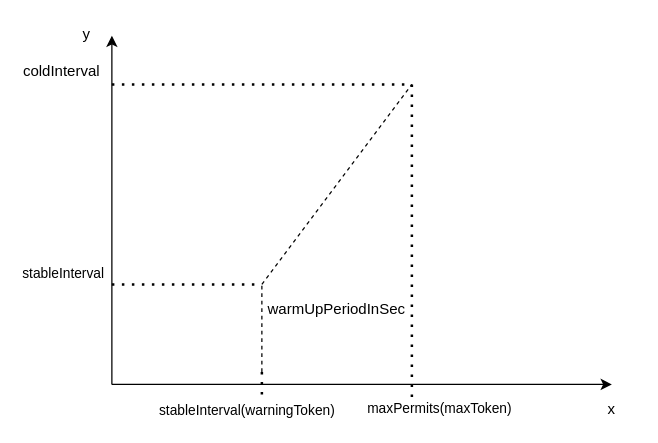
yongliangcode/diagram keeps this draw.io diagram as 令牌桶原理坐标.drawio. Above is the earlier version. Source tidied: cells renumbered, new cells numbered last; positions are measured from the earlier drawing's top-left corner, leaving out a move shared by most shapes. Both pictures are drawn from the tidied source at 125%, with x=0, y=0 at pixel (36, 21).
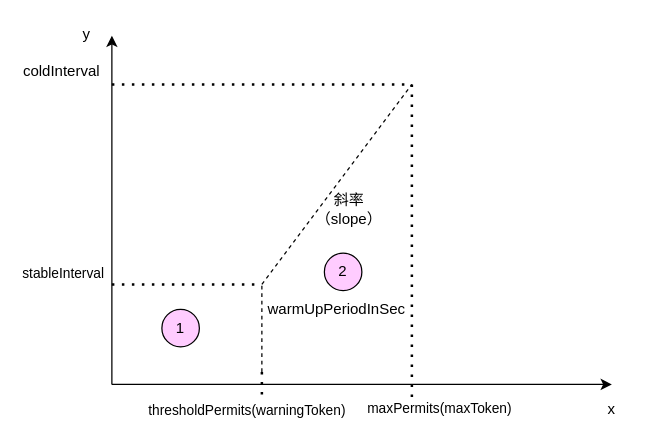
Above is the later version.

Commit message:
Update 令牌桶原理坐标.drawio

What changed in the source:
```diff
@@
-    <mxCell id="9" value="stableInterval(warningToken)" style="edgeLabel;html=1;align=center;verticalAlign=middle;" parent="1" vertex="1">
+    <mxCell id="9" value="thresholdPermits(warningToken)" style="edgeLabel;html=1;align=center;verticalAlign=middle;" parent="1" vertex="1">
       <mxGeometry x="20" y="220" as="geometry">
         <mxPoint x="147" y="90" as="offset" />
       </mxGeometry>
     </mxCell>
-    <mxCell id="10" style="endArrow=none;dashed=1;html=1;dashPattern=1 3;strokeWidth=2;" parent="1" edge="1">
+    <mxCell id="10" style="endArrow=none;dashed=1;html=1;dashPattern=1 3;strokeWidth=2;fillColor=#00994D;" parent="1" edge="1">
       <mxGeometry relative="1" as="geometry">
         <mxPoint x="300" y="50" as="sourcePoint" />
         <mxPoint x="300" y="300" as="targetPoint" />
       </mxGeometry>
     </mxCell>
@@
+    <mxCell id="17" value="斜率（slope）" style="text;html=1;strokeColor=none;fillColor=none;align=center;verticalAlign=middle;whiteSpace=wrap;rounded=0;" parent="1" vertex="1">
+      <mxGeometry x="220" y="140" width="60" height="20" as="geometry" />
+    </mxCell>
+    <mxCell id="18" value="1" style="ellipse;whiteSpace=wrap;html=1;fillColor=#FFCCFF;" parent="1" vertex="1">
+      <mxGeometry x="100" y="230" width="30" height="30" as="geometry" />
+    </mxCell>
+    <mxCell id="19" value="2" style="ellipse;whiteSpace=wrap;html=1;fillColor=#FFCCFF;" parent="1" vertex="1">
+      <mxGeometry x="230" y="185" width="30" height="30" as="geometry" />
+    </mxCell>
```
